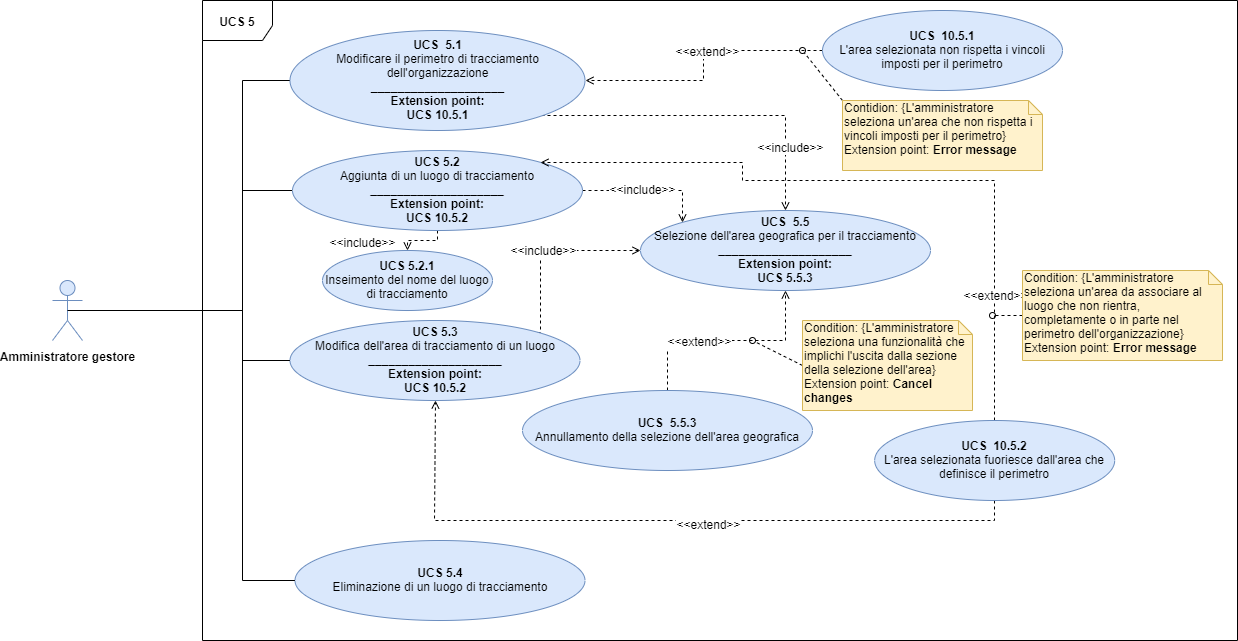
The draw.io diagram DocumentazioneEsterna/AnalisiDeiRequisiti/Sezioni/UseCase/Immagini/UCS5.png in qb-team/Stalker-Documentazione, before a commit. Source tidied: cells renumbered, new cells last; positions are measured from the earlier drawing's top-left corner, leaving out a move shared by most shapes.
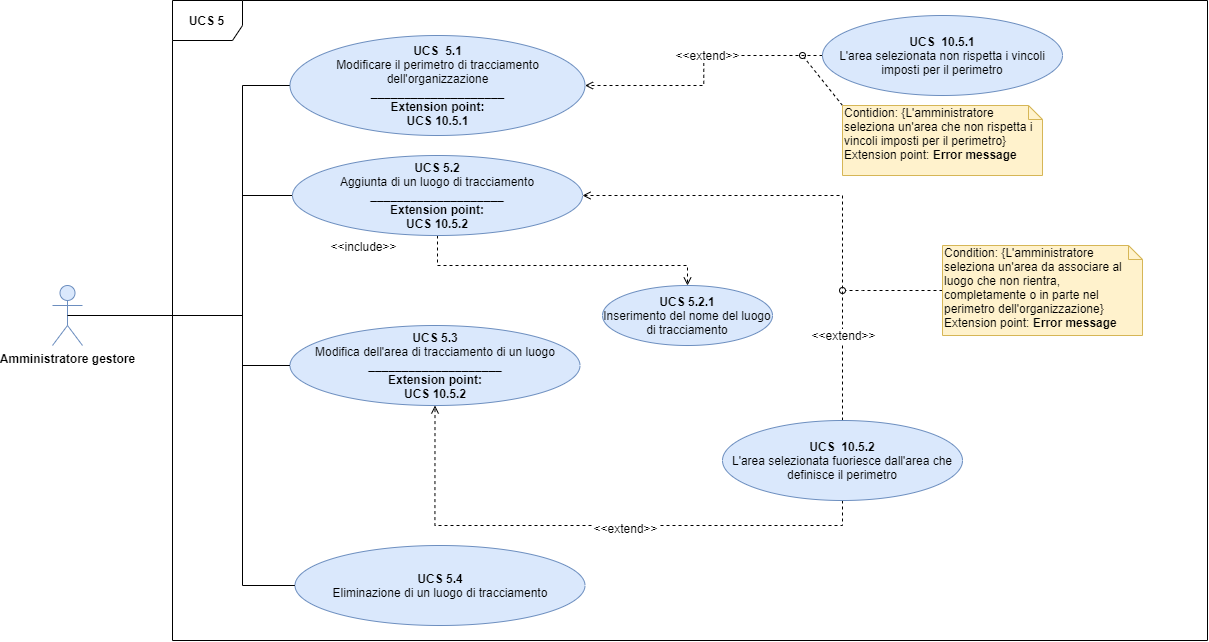
After the change.

Change to the diagram source:
```diff
@@ -14,16 +14,8 @@
       <mxGeometry y="280" width="30" height="60" as="geometry" />
     </mxCell>
     <mxCell id="4" value="&lt;b&gt;UCS 5&lt;/b&gt;" style="shape=umlFrame;whiteSpace=wrap;html=1;width=70;height=40;" parent="1" vertex="1">
-      <mxGeometry x="150" width="1035" height="640" as="geometry" />
+      <mxGeometry x="120" y="-5" width="1035" height="640" as="geometry" />
     </mxCell>
-    <mxCell id="5" style="edgeStyle=orthogonalEdgeStyle;rounded=0;jettySize=auto;html=1;exitX=1;exitY=1;exitDx=0;exitDy=0;endArrow=open;endFill=0;dashed=1;" parent="1" edge="1" source="7" target="29">
-      <mxGeometry relative="1" as="geometry" />
-    </mxCell>
-    <mxCell id="6" value="&amp;lt;&amp;lt;include&amp;gt;&amp;gt;" style="text;html=1;align=center;verticalAlign=middle;labelBackgroundColor=#ffffff;" parent="5" vertex="1">
-      <mxGeometry x="-0.04" y="-83" relative="1" as="geometry">
-        <mxPoint x="84.2" y="-53" as="offset" />
-      </mxGeometry>
-    </mxCell>
     <mxCell id="7" value="&lt;b&gt;UCS&amp;nbsp; 5.1&lt;br&gt;&lt;/b&gt;Modificare il perimetro di tracciamento dell'organizzazione&lt;br&gt;&lt;b&gt;____________________&lt;/b&gt;&lt;br&gt;&lt;b&gt;Extension point:&lt;br&gt;UCS 10.5.1&lt;/b&gt;" style="ellipse;whiteSpace=wrap;html=1;fillColor=#dae8fc;strokeColor=#6c8ebf;" parent="1" vertex="1">
       <mxGeometry x="237.5" y="30" width="295" height="100" as="geometry" />
     </mxCell>
@@ -44,16 +36,6 @@
     <mxCell id="12" value="Contidion: {L'amministratore seleziona un'area che non rispetta i vincoli imposti per il perimetro}&lt;br&gt;Extension point: &lt;b&gt;Error message&lt;/b&gt;" style="shape=note;whiteSpace=wrap;html=1;size=14;verticalAlign=top;align=left;spacingTop=-6;fillColor=#fff2cc;strokeColor=#d6b656;" parent="1" vertex="1">
       <mxGeometry x="790" y="100" width="200" height="70" as="geometry" />
     </mxCell>
-    <mxCell id="13" style="edgeStyle=orthogonalEdgeStyle;rounded=0;jettySize=auto;html=1;exitX=1;exitY=0.5;exitDx=0;exitDy=0;entryX=0;entryY=0;entryDx=0;entryDy=0;dashed=1;endArrow=open;endFill=0;" parent="1" edge="1" source="17" target="29">
-      <mxGeometry relative="1" as="geometry">
-        <Array as="points">
-          <mxPoint x="630" y="190" />
-        </Array>
-      </mxGeometry>
-    </mxCell>
-    <mxCell id="14" value="&amp;lt;&amp;lt;include&amp;gt;&amp;gt;" style="text;html=1;align=center;verticalAlign=middle;labelBackgroundColor=#ffffff;" parent="13" vertex="1">
-      <mxGeometry x="-0.11" y="3" relative="1" as="geometry" />
-    </mxCell>
     <mxCell id="15" style="edgeStyle=orthogonalEdgeStyle;rounded=0;jettySize=auto;html=1;exitX=0;exitY=0.5;exitDx=0;exitDy=0;endArrow=none;endFill=0;" parent="1" edge="1" source="17">
       <mxGeometry relative="1" as="geometry">
         <mxPoint x="190" y="190" as="targetPoint" />
@@ -62,20 +44,17 @@
     <mxCell id="16" style="edgeStyle=orthogonalEdgeStyle;rounded=0;jettySize=auto;html=1;entryX=0.5;entryY=0;entryDx=0;entryDy=0;dashed=1;endArrow=open;endFill=0;" parent="1" edge="1" source="17" target="37">
       <mxGeometry relative="1" as="geometry">
         <Array as="points">
-          <mxPoint x="385" y="240" />
-          <mxPoint x="355" y="240" />
+          <mxPoint x="385" y="260" />
         </Array>
       </mxGeometry>
     </mxCell>
     <mxCell id="17" value="&lt;b&gt;UCS 5.2&lt;br&gt;&lt;/b&gt;Aggiunta di un luogo di tracciamento&lt;br&gt;&lt;b&gt;____________________&lt;br&gt;Extension point:&lt;br&gt;UCS 10.5.2&lt;/b&gt;" style="ellipse;whiteSpace=wrap;html=1;fillColor=#dae8fc;strokeColor=#6c8ebf;" parent="1" vertex="1">
       <mxGeometry x="240" y="150" width="290" height="80" as="geometry" />
     </mxCell>
-    <mxCell id="18" style="edgeStyle=orthogonalEdgeStyle;rounded=0;jettySize=auto;html=1;exitX=0.5;exitY=0;exitDx=0;exitDy=0;entryX=1;entryY=0;entryDx=0;entryDy=0;dashed=1;endArrow=open;endFill=0;" parent="1" edge="1" source="22" target="17">
+    <mxCell id="18" style="edgeStyle=orthogonalEdgeStyle;rounded=0;jettySize=auto;html=1;exitX=0.5;exitY=0;exitDx=0;exitDy=0;entryX=1;entryY=0.5;entryDx=0;entryDy=0;dashed=1;endArrow=open;endFill=0;" parent="1" edge="1" source="22" target="17">
       <mxGeometry relative="1" as="geometry">
         <Array as="points">
-          <mxPoint x="942" y="180" />
-          <mxPoint x="690" y="180" />
-          <mxPoint x="690" y="162" />
+          <mxPoint x="790" y="190" />
         </Array>
       </mxGeometry>
     </mxCell>
@@ -85,8 +64,8 @@
     <mxCell id="20" style="edgeStyle=orthogonalEdgeStyle;rounded=0;jettySize=auto;html=1;exitX=0.5;exitY=1;exitDx=0;exitDy=0;entryX=0.5;entryY=1;entryDx=0;entryDy=0;dashed=1;endArrow=open;endFill=0;" parent="1" edge="1" source="22" target="28">
       <mxGeometry relative="1" as="geometry">
         <Array as="points">
-          <mxPoint x="942" y="520" />
-          <mxPoint x="382" y="520" />
+          <mxPoint x="790" y="520" />
+          <mxPoint x="383" y="520" />
         </Array>
       </mxGeometry>
     </mxCell>
@@ -94,26 +73,19 @@
       <mxGeometry x="-0.12" y="2" relative="1" as="geometry" />
     </mxCell>
     <mxCell id="22" value="&lt;b&gt;UCS&amp;nbsp; 10.5.2&lt;br&gt;&lt;/b&gt;L'area selezionata fuoriesce dall'area che definisce il perimetro" style="ellipse;whiteSpace=wrap;html=1;fillColor=#dae8fc;strokeColor=#6c8ebf;" parent="1" vertex="1">
-      <mxGeometry x="822.2" y="420" width="240" height="80" as="geometry" />
+      <mxGeometry x="670" y="415" width="240" height="80" as="geometry" />
     </mxCell>
     <mxCell id="23" style="edgeStyle=orthogonalEdgeStyle;rounded=0;jettySize=auto;html=1;exitX=0;exitY=0.5;exitDx=0;exitDy=0;exitPerimeter=0;dashed=1;endArrow=oval;endFill=0;" parent="1" edge="1" source="24">
       <mxGeometry relative="1" as="geometry">
-        <mxPoint x="940" y="315" as="targetPoint" />
+        <mxPoint x="790" y="285" as="targetPoint" />
+        <Array as="points">
+          <mxPoint x="810" y="285" />
+        </Array>
       </mxGeometry>
     </mxCell>
     <mxCell id="24" value="Condition: {L'amministratore seleziona un'area da associare al luogo che non rientra, completamente o in parte nel perimetro dell'organizzazione}&lt;br&gt;Extension point: &lt;b&gt;Error message&lt;/b&gt;" style="shape=note;whiteSpace=wrap;html=1;size=14;verticalAlign=top;align=left;spacingTop=-6;fillColor=#fff2cc;strokeColor=#d6b656;" parent="1" vertex="1">
-      <mxGeometry x="970" y="270" width="200" height="90" as="geometry" />
+      <mxGeometry x="890" y="240" width="200" height="90" as="geometry" />
     </mxCell>
-    <mxCell id="25" style="edgeStyle=orthogonalEdgeStyle;rounded=0;jettySize=auto;html=1;exitX=1;exitY=0;exitDx=0;exitDy=0;entryX=0;entryY=0.5;entryDx=0;entryDy=0;dashed=1;endArrow=open;endFill=0;" parent="1" edge="1" source="28" target="29">
-      <mxGeometry relative="1" as="geometry">
-        <Array as="points">
-          <mxPoint x="488" y="250" />
-        </Array>
-      </mxGeometry>
-    </mxCell>
-    <mxCell id="26" value="&amp;lt;&amp;lt;include&amp;gt;&amp;gt;" style="text;html=1;align=center;verticalAlign=middle;labelBackgroundColor=#ffffff;" parent="25" vertex="1">
-      <mxGeometry x="-0.06" y="2" relative="1" as="geometry" />
-    </mxCell>
     <mxCell id="27" style="edgeStyle=orthogonalEdgeStyle;rounded=0;jettySize=auto;html=1;exitX=0;exitY=0.5;exitDx=0;exitDy=0;entryX=0.5;entryY=0.5;entryDx=0;entryDy=0;entryPerimeter=0;endArrow=none;endFill=0;" parent="1" edge="1" source="28" target="3">
       <mxGeometry relative="1" as="geometry">
         <Array as="points">
@@ -125,28 +97,6 @@
     <mxCell id="28" value="&lt;b&gt;UCS 5.3&lt;br&gt;&lt;/b&gt;Modifica dell'area di tracciamento di un luogo&lt;br&gt;&lt;b&gt;____________________&lt;br&gt;Extension point:&lt;br&gt;UCS 10.5.2&lt;/b&gt;" style="ellipse;whiteSpace=wrap;html=1;fillColor=#dae8fc;strokeColor=#6c8ebf;" parent="1" vertex="1">
       <mxGeometry x="237.5" y="320" width="290" height="80" as="geometry" />
     </mxCell>
-    <mxCell id="29" value="&lt;b&gt;UCS&amp;nbsp; 5.5&lt;br&gt;&lt;/b&gt;Selezione dell'area geografica per il tracciamento&lt;br&gt;&lt;b&gt;____________________&lt;br&gt;Extension point:&lt;br&gt;UCS 5.5.3&lt;/b&gt;" style="ellipse;whiteSpace=wrap;html=1;fillColor=#dae8fc;strokeColor=#6c8ebf;" parent="1" vertex="1">
-      <mxGeometry x="588" y="210" width="290" height="80" as="geometry" />
-    </mxCell>
-    <mxCell id="30" style="edgeStyle=orthogonalEdgeStyle;rounded=0;jettySize=auto;html=1;exitX=0.5;exitY=0;exitDx=0;exitDy=0;entryX=0.5;entryY=1;entryDx=0;entryDy=0;dashed=1;endArrow=open;endFill=0;" parent="1" edge="1" source="32" target="29">
-      <mxGeometry relative="1" as="geometry" />
-    </mxCell>
-    <mxCell id="31" value="&amp;lt;&amp;lt;extend&amp;gt;&amp;gt;" style="text;html=1;align=center;verticalAlign=middle;labelBackgroundColor=#ffffff;" parent="30" vertex="1">
-      <mxGeometry x="-0.54" y="-31" relative="1" as="geometry">
-        <mxPoint x="31" y="-32" as="offset" />
-      </mxGeometry>
-    </mxCell>
-    <mxCell id="32" value="&lt;b&gt;UCS&amp;nbsp; 5.5.3&lt;br&gt;&lt;/b&gt;Annullamento della selezione dell'area geografica" style="ellipse;whiteSpace=wrap;html=1;fillColor=#dae8fc;strokeColor=#6c8ebf;" parent="1" vertex="1">
-      <mxGeometry x="470" y="390" width="290" height="80" as="geometry" />
-    </mxCell>
-    <mxCell id="33" style="rounded=0;jettySize=auto;html=1;exitX=0;exitY=0.5;exitDx=0;exitDy=0;exitPerimeter=0;dashed=1;endArrow=oval;endFill=0;" parent="1" edge="1" source="34">
-      <mxGeometry relative="1" as="geometry">
-        <mxPoint x="700" y="340" as="targetPoint" />
-      </mxGeometry>
-    </mxCell>
-    <mxCell id="34" value="Condition: {L'amministratore seleziona una funzionalità che implichi l'uscita dalla sezione della selezione dell'area}&lt;br&gt;Extension point: &lt;b&gt;Cancel changes&lt;/b&gt;" style="shape=note;whiteSpace=wrap;html=1;size=14;verticalAlign=top;align=left;spacingTop=-6;fillColor=#fff2cc;strokeColor=#d6b656;" parent="1" vertex="1">
-      <mxGeometry x="750" y="320" width="170" height="90" as="geometry" />
-    </mxCell>
     <mxCell id="35" style="edgeStyle=orthogonalEdgeStyle;rounded=0;jettySize=auto;html=1;exitX=0;exitY=0.5;exitDx=0;exitDy=0;endArrow=none;endFill=0;" parent="1" edge="1" source="36">
       <mxGeometry relative="1" as="geometry">
         <mxPoint x="190" y="300" as="targetPoint" />
@@ -155,8 +105,8 @@
     <mxCell id="36" value="&lt;b&gt;UCS 5.4&lt;br&gt;&lt;/b&gt;Eliminazione di un luogo di tracciamento" style="ellipse;whiteSpace=wrap;html=1;fillColor=#dae8fc;strokeColor=#6c8ebf;" parent="1" vertex="1">
       <mxGeometry x="242.5" y="540" width="290" height="80" as="geometry" />
     </mxCell>
-    <mxCell id="37" value="&lt;b&gt;UCS 5.2.1&lt;br&gt;&lt;/b&gt;Inseimento del nome del luogo di tracciamento" style="ellipse;whiteSpace=wrap;html=1;fillColor=#dae8fc;strokeColor=#6c8ebf;" parent="1" vertex="1">
-      <mxGeometry x="270" y="250" width="170" height="60" as="geometry" />
+    <mxCell id="37" value="&lt;b&gt;UCS 5.2.1&lt;br&gt;&lt;/b&gt;Inserimento del nome del luogo di tracciamento" style="ellipse;whiteSpace=wrap;html=1;fillColor=#dae8fc;strokeColor=#6c8ebf;" parent="1" vertex="1">
+      <mxGeometry x="550" y="280" width="170" height="60" as="geometry" />
     </mxCell>
     <mxCell id="38" value="&amp;lt;&amp;lt;include&amp;gt;&amp;gt;" style="text;html=1;align=center;verticalAlign=middle;labelBackgroundColor=#ffffff;" parent="1" vertex="1">
       <mxGeometry x="310" y="240" as="geometry" />
```
